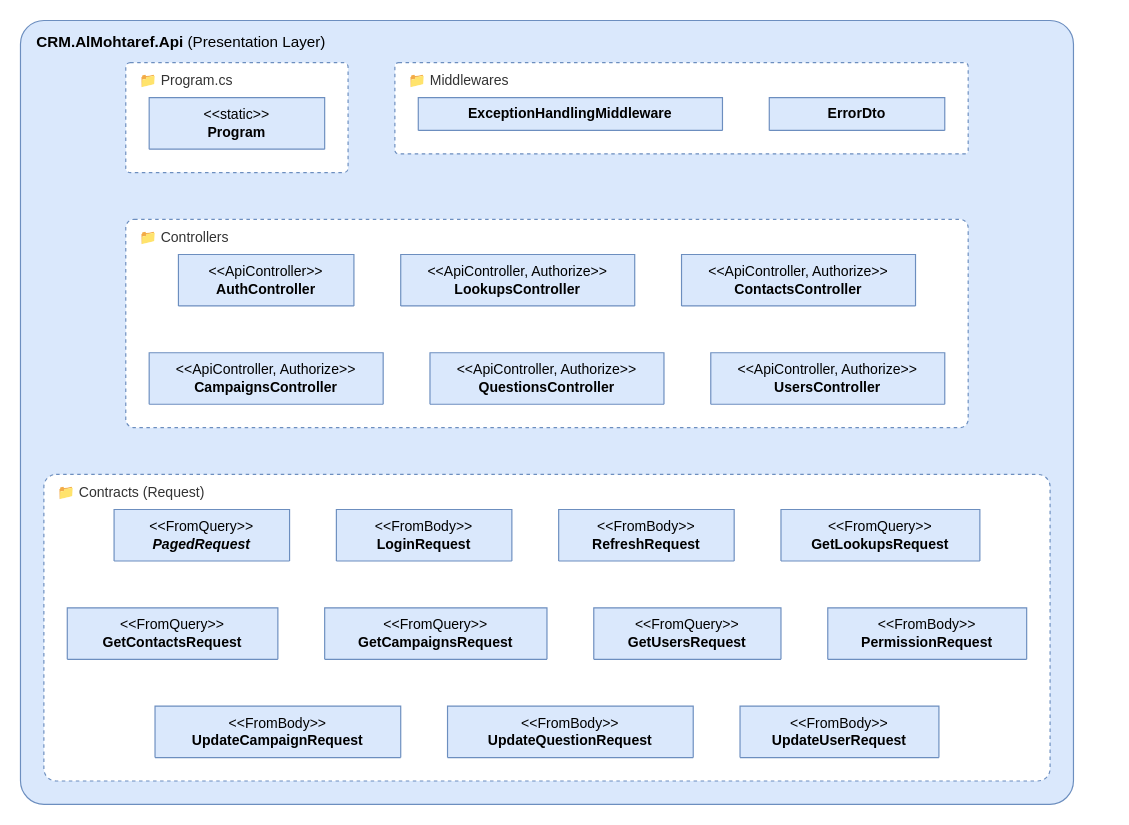
Earlier version of the draw.io diagram page "01 Overview" (1 of 9) of docs/design/classes/api.drawio (QF-MJ/crm-al-mohtaref). Source tidied: cells renumbered, new cells numbered last; positions are measured from the earlier drawing's top-left corner, leaving out a move shared by most shapes. Both pictures are drawn from the tidied source at 117%, with x=0, y=0 at pixel (20, 20).
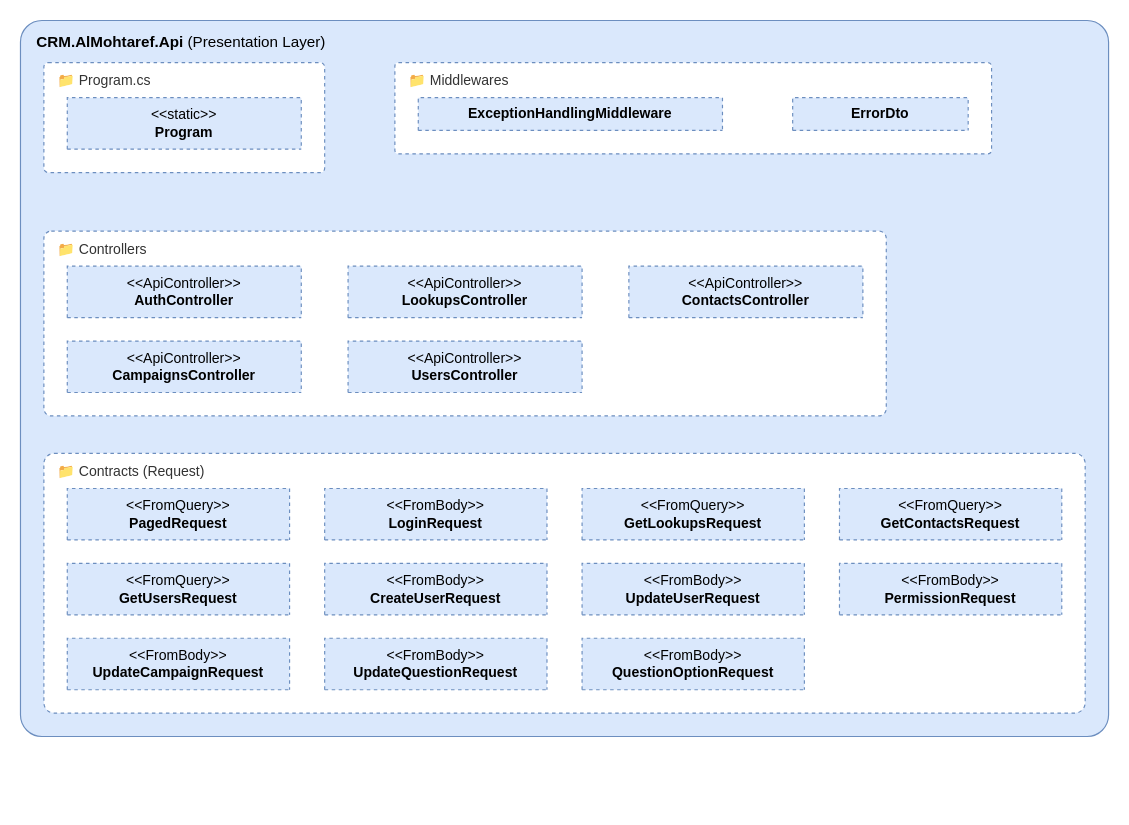
Above is the later version.

Change to the diagram source:
```diff
@@
     <mxCell id="2" value="&lt;b&gt;CRM.AlMohtaref.Api&lt;/b&gt; (Presentation Layer)" style="rounded=1;whiteSpace=wrap;html=1;verticalAlign=top;align=left;spacingLeft=12;spacingTop=4;arcSize=3;fillColor=#dae8fc;strokeColor=#6c8ebf;fontSize=13;" parent="1" vertex="1">
-      <mxGeometry width="900" height="670" as="geometry" />
+      <mxGeometry width="930" height="612" as="geometry" />
     </mxCell>
     <mxCell id="3" value="&amp;#128193; Program.cs" style="rounded=1;whiteSpace=wrap;html=1;verticalAlign=top;align=left;spacingLeft=10;spacingTop=2;arcSize=4;fillColor=#FFFFFF;strokeColor=#6c8ebf;dashed=1;fontSize=12;fontColor=#333333;" parent="2" vertex="1">
-      <mxGeometry x="90" y="36" width="190" height="94" as="geometry" />
+      <mxGeometry x="20" y="36" width="240" height="94" as="geometry" />
     </mxCell>
-    <mxCell id="4" value="&amp;lt;&amp;lt;static&amp;gt;&amp;gt;&lt;br&gt;&lt;b&gt;Program&lt;/b&gt;" style="swimlane;fontStyle=0;align=center;verticalAlign=middle;horizontal=1;startSize=44;html=1;whiteSpace=wrap;fontSize=12;fillColor=#dae8fc;strokeColor=#6c8ebf;swimlaneFillColor=#FFFFFF;" parent="3" vertex="1">
-      <mxGeometry x="20" y="30" width="150" height="44" as="geometry" />
+    <mxCell id="4" value="&amp;lt;&amp;lt;static&amp;gt;&amp;gt;&lt;br&gt;&lt;b&gt;Program&lt;/b&gt;" style="swimlane;fontStyle=0;align=center;verticalAlign=middle;horizontal=1;startSize=44;html=1;whiteSpace=wrap;fontSize=12;fillColor=#dae8fc;strokeColor=#6c8ebf;swimlaneFillColor=#FFFFFF;dashed=1;" parent="3" vertex="1">
+      <mxGeometry x="20" y="30" width="200" height="44" as="geometry" />
     </mxCell>
     <mxCell id="5" value="&amp;#128193; Middlewares" style="rounded=1;whiteSpace=wrap;html=1;verticalAlign=top;align=left;spacingLeft=10;spacingTop=2;arcSize=4;fillColor=#FFFFFF;strokeColor=#6c8ebf;dashed=1;fontSize=12;fontColor=#333333;" parent="2" vertex="1">
-      <mxGeometry x="320" y="36" width="490" height="78" as="geometry" />
+      <mxGeometry x="320" y="36" width="510" height="78" as="geometry" />
     </mxCell>
-    <mxCell id="6" value="&lt;b&gt;ExceptionHandlingMiddleware&lt;/b&gt;" style="swimlane;fontStyle=0;align=center;verticalAlign=middle;horizontal=1;startSize=28;html=1;whiteSpace=wrap;fontSize=12;fillColor=#dae8fc;strokeColor=#6c8ebf;swimlaneFillColor=#FFFFFF;" parent="5" vertex="1">
+    <mxCell id="6" value="&lt;b&gt;ExceptionHandlingMiddleware&lt;/b&gt;" style="swimlane;fontStyle=0;align=center;verticalAlign=middle;horizontal=1;startSize=28;html=1;whiteSpace=wrap;fontSize=12;fillColor=#dae8fc;strokeColor=#6c8ebf;swimlaneFillColor=#FFFFFF;dashed=1;" parent="5" vertex="1">
       <mxGeometry x="20" y="30" width="260" height="28" as="geometry" />
     </mxCell>
-    <mxCell id="7" value="&lt;b&gt;ErrorDto&lt;/b&gt;" style="swimlane;fontStyle=0;align=center;verticalAlign=middle;horizontal=1;startSize=28;html=1;whiteSpace=wrap;fontSize=12;fillColor=#dae8fc;strokeColor=#6c8ebf;swimlaneFillColor=#FFFFFF;" parent="5" vertex="1">
-      <mxGeometry x="320" y="30" width="150" height="28" as="geometry" />
+    <mxCell id="7" value="&lt;b&gt;ErrorDto&lt;/b&gt;" style="swimlane;fontStyle=0;align=center;verticalAlign=middle;horizontal=1;startSize=28;html=1;whiteSpace=wrap;fontSize=12;fillColor=#dae8fc;strokeColor=#6c8ebf;swimlaneFillColor=#FFFFFF;dashed=1;" parent="5" vertex="1">
+      <mxGeometry x="340" y="30" width="150" height="28" as="geometry" />
     </mxCell>
     <mxCell id="8" value="&amp;#128193; Controllers" style="rounded=1;whiteSpace=wrap;html=1;verticalAlign=top;align=left;spacingLeft=10;spacingTop=2;arcSize=4;fillColor=#FFFFFF;strokeColor=#6c8ebf;dashed=1;fontSize=12;fontColor=#333333;" parent="2" vertex="1">
-      <mxGeometry x="90" y="170" width="720" height="178" as="geometry" />
+      <mxGeometry x="20" y="180" width="720" height="158" as="geometry" />
     </mxCell>
-    <mxCell id="9" value="&amp;lt;&amp;lt;ApiController&amp;gt;&amp;gt;&lt;br&gt;&lt;b&gt;AuthController&lt;/b&gt;" style="swimlane;fontStyle=0;align=center;verticalAlign=middle;horizontal=1;startSize=44;html=1;whiteSpace=wrap;fontSize=12;fillColor=#dae8fc;strokeColor=#6c8ebf;swimlaneFillColor=#FFFFFF;" parent="8" vertex="1">
-      <mxGeometry x="45" y="30" width="150" height="44" as="geometry" />
+    <mxCell id="9" value="&amp;lt;&amp;lt;ApiController&amp;gt;&amp;gt;&lt;br&gt;&lt;b&gt;AuthController&lt;/b&gt;" style="swimlane;fontStyle=0;align=center;verticalAlign=middle;horizontal=1;startSize=44;html=1;whiteSpace=wrap;fontSize=12;fillColor=#dae8fc;strokeColor=#6c8ebf;swimlaneFillColor=#FFFFFF;dashed=1;" parent="8" vertex="1">
+      <mxGeometry x="20" y="30" width="200" height="44" as="geometry" />
     </mxCell>
-    <mxCell id="10" value="&amp;lt;&amp;lt;ApiController, Authorize&amp;gt;&amp;gt;&lt;br&gt;&lt;b&gt;LookupsController&lt;/b&gt;" style="swimlane;fontStyle=0;align=center;verticalAlign=middle;horizontal=1;startSize=44;html=1;whiteSpace=wrap;fontSize=12;fillColor=#dae8fc;strokeColor=#6c8ebf;swimlaneFillColor=#FFFFFF;" parent="8" vertex="1">
-      <mxGeometry x="235" y="30" width="200" height="44" as="geometry" />
+    <mxCell id="10" value="&amp;lt;&amp;lt;ApiController&amp;gt;&amp;gt;&lt;br&gt;&lt;b&gt;LookupsController&lt;/b&gt;" style="swimlane;fontStyle=0;align=center;verticalAlign=middle;horizontal=1;startSize=44;html=1;whiteSpace=wrap;fontSize=12;fillColor=#dae8fc;strokeColor=#6c8ebf;swimlaneFillColor=#FFFFFF;dashed=1;" parent="8" vertex="1">
+      <mxGeometry x="260" y="30" width="200" height="44" as="geometry" />
     </mxCell>
-    <mxCell id="11" value="&amp;lt;&amp;lt;ApiController, Authorize&amp;gt;&amp;gt;&lt;br&gt;&lt;b&gt;ContactsController&lt;/b&gt;" style="swimlane;fontStyle=0;align=center;verticalAlign=middle;horizontal=1;startSize=44;html=1;whiteSpace=wrap;fontSize=12;fillColor=#dae8fc;strokeColor=#6c8ebf;swimlaneFillColor=#FFFFFF;" parent="8" vertex="1">
-      <mxGeometry x="475" y="30" width="200" height="44" as="geometry" />
+    <mxCell id="11" value="&amp;lt;&amp;lt;ApiController&amp;gt;&amp;gt;&lt;br&gt;&lt;b&gt;ContactsController&lt;/b&gt;" style="swimlane;fontStyle=0;align=center;verticalAlign=middle;horizontal=1;startSize=44;html=1;whiteSpace=wrap;fontSize=12;fillColor=#dae8fc;strokeColor=#6c8ebf;swimlaneFillColor=#FFFFFF;dashed=1;" parent="8" vertex="1">
+      <mxGeometry x="500" y="30" width="200" height="44" as="geometry" />
     </mxCell>
-    <mxCell id="12" value="&amp;lt;&amp;lt;ApiController, Authorize&amp;gt;&amp;gt;&lt;br&gt;&lt;b&gt;CampaignsController&lt;/b&gt;" style="swimlane;fontStyle=0;align=center;verticalAlign=middle;horizontal=1;startSize=44;html=1;whiteSpace=wrap;fontSize=12;fillColor=#dae8fc;strokeColor=#6c8ebf;swimlaneFillColor=#FFFFFF;" parent="8" vertex="1">
-      <mxGeometry x="20" y="114" width="200" height="44" as="geometry" />
+    <mxCell id="12" value="&amp;lt;&amp;lt;ApiController&amp;gt;&amp;gt;&lt;br&gt;&lt;b&gt;CampaignsController&lt;/b&gt;" style="swimlane;fontStyle=0;align=center;verticalAlign=middle;horizontal=1;startSize=44;html=1;whiteSpace=wrap;fontSize=12;fillColor=#dae8fc;strokeColor=#6c8ebf;swimlaneFillColor=#FFFFFF;dashed=1;" parent="8" vertex="1">
+      <mxGeometry x="20" y="94" width="200" height="44" as="geometry" />
     </mxCell>
-    <mxCell id="13" value="&amp;lt;&amp;lt;ApiController, Authorize&amp;gt;&amp;gt;&lt;br&gt;&lt;b&gt;QuestionsController&lt;/b&gt;" style="swimlane;fontStyle=0;align=center;verticalAlign=middle;horizontal=1;startSize=44;html=1;whiteSpace=wrap;fontSize=12;fillColor=#dae8fc;strokeColor=#6c8ebf;swimlaneFillColor=#FFFFFF;" parent="8" vertex="1">
-      <mxGeometry x="260" y="114" width="200" height="44" as="geometry" />
-    </mxCell>
-    <mxCell id="14" value="&amp;lt;&amp;lt;ApiController, Authorize&amp;gt;&amp;gt;&lt;br&gt;&lt;b&gt;UsersController&lt;/b&gt;" style="swimlane;fontStyle=0;align=center;verticalAlign=middle;horizontal=1;startSize=44;html=1;whiteSpace=wrap;fontSize=12;fillColor=#dae8fc;strokeColor=#6c8ebf;swimlaneFillColor=#FFFFFF;" parent="8" vertex="1">
-      <mxGeometry x="500" y="114" width="200" height="44" as="geometry" />
+    <mxCell id="14" value="&amp;lt;&amp;lt;ApiController&amp;gt;&amp;gt;&lt;br&gt;&lt;b&gt;UsersController&lt;/b&gt;" style="swimlane;fontStyle=0;align=center;verticalAlign=middle;horizontal=1;startSize=44;html=1;whiteSpace=wrap;fontSize=12;fillColor=#dae8fc;strokeColor=#6c8ebf;swimlaneFillColor=#FFFFFF;dashed=1;" parent="8" vertex="1">
+      <mxGeometry x="260" y="94" width="200" height="44" as="geometry" />
     </mxCell>
     <mxCell id="15" value="&amp;#128193; Contracts (Request)" style="rounded=1;whiteSpace=wrap;html=1;verticalAlign=top;align=left;spacingLeft=10;spacingTop=2;arcSize=4;fillColor=#FFFFFF;strokeColor=#6c8ebf;dashed=1;fontSize=12;fontColor=#333333;" parent="2" vertex="1">
-      <mxGeometry x="20" y="388" width="860" height="262" as="geometry" />
+      <mxGeometry x="20" y="370" width="890" height="222" as="geometry" />
     </mxCell>
-    <mxCell id="16" value="&amp;lt;&amp;lt;FromQuery&amp;gt;&amp;gt;&lt;br&gt;&lt;b&gt;&lt;i&gt;PagedRequest&lt;/i&gt;&lt;/b&gt;" style="swimlane;fontStyle=0;align=center;verticalAlign=middle;horizontal=1;startSize=44;html=1;whiteSpace=wrap;fontSize=12;fillColor=#dae8fc;strokeColor=#6c8ebf;swimlaneFillColor=#FFFFFF;" parent="15" vertex="1">
-      <mxGeometry x="60" y="30" width="150" height="44" as="geometry" />
+    <mxCell id="16" value="&amp;lt;&amp;lt;FromQuery&amp;gt;&amp;gt;&lt;br&gt;&lt;b&gt;PagedRequest&lt;/b&gt;" style="swimlane;fontStyle=0;align=center;verticalAlign=middle;horizontal=1;startSize=44;html=1;whiteSpace=wrap;fontSize=12;fillColor=#dae8fc;strokeColor=#6c8ebf;swimlaneFillColor=#FFFFFF;dashed=1;" parent="15" vertex="1">
+      <mxGeometry x="20" y="30" width="190" height="44" as="geometry" />
     </mxCell>
-    <mxCell id="17" value="&amp;lt;&amp;lt;FromBody&amp;gt;&amp;gt;&lt;br&gt;&lt;b&gt;LoginRequest&lt;/b&gt;" style="swimlane;fontStyle=0;align=center;verticalAlign=middle;horizontal=1;startSize=44;html=1;whiteSpace=wrap;fontSize=12;fillColor=#dae8fc;strokeColor=#6c8ebf;swimlaneFillColor=#FFFFFF;" parent="15" vertex="1">
-      <mxGeometry x="250" y="30" width="150" height="44" as="geometry" />
+    <mxCell id="17" value="&amp;lt;&amp;lt;FromBody&amp;gt;&amp;gt;&lt;br&gt;&lt;b&gt;LoginRequest&lt;/b&gt;" style="swimlane;fontStyle=0;align=center;verticalAlign=middle;horizontal=1;startSize=44;html=1;whiteSpace=wrap;fontSize=12;fillColor=#dae8fc;strokeColor=#6c8ebf;swimlaneFillColor=#FFFFFF;dashed=1;" parent="15" vertex="1">
+      <mxGeometry x="240" y="30" width="190" height="44" as="geometry" />
     </mxCell>
-    <mxCell id="18" value="&amp;lt;&amp;lt;FromBody&amp;gt;&amp;gt;&lt;br&gt;&lt;b&gt;RefreshRequest&lt;/b&gt;" style="swimlane;fontStyle=0;align=center;verticalAlign=middle;horizontal=1;startSize=44;html=1;whiteSpace=wrap;fontSize=12;fillColor=#dae8fc;strokeColor=#6c8ebf;swimlaneFillColor=#FFFFFF;" parent="15" vertex="1">
-      <mxGeometry x="440" y="30" width="150" height="44" as="geometry" />
-    </mxCell>
-    <mxCell id="19" value="&amp;lt;&amp;lt;FromQuery&amp;gt;&amp;gt;&lt;br&gt;&lt;b&gt;GetLookupsRequest&lt;/b&gt;" style="swimlane;fontStyle=0;align=center;verticalAlign=middle;horizontal=1;startSize=44;html=1;whiteSpace=wrap;fontSize=12;fillColor=#dae8fc;strokeColor=#6c8ebf;swimlaneFillColor=#FFFFFF;" parent="15" vertex="1">
-      <mxGeometry x="630" y="30" width="170" height="44" as="geometry" />
+    <mxCell id="19" value="&amp;lt;&amp;lt;FromQuery&amp;gt;&amp;gt;&lt;br&gt;&lt;b&gt;GetLookupsRequest&lt;/b&gt;" style="swimlane;fontStyle=0;align=center;verticalAlign=middle;horizontal=1;startSize=44;html=1;whiteSpace=wrap;fontSize=12;fillColor=#dae8fc;strokeColor=#6c8ebf;swimlaneFillColor=#FFFFFF;dashed=1;" parent="15" vertex="1">
+      <mxGeometry x="460" y="30" width="190" height="44" as="geometry" />
     </mxCell>
-    <mxCell id="20" value="&amp;lt;&amp;lt;FromQuery&amp;gt;&amp;gt;&lt;br&gt;&lt;b&gt;GetContactsRequest&lt;/b&gt;" style="swimlane;fontStyle=0;align=center;verticalAlign=middle;horizontal=1;startSize=44;html=1;whiteSpace=wrap;fontSize=12;fillColor=#dae8fc;strokeColor=#6c8ebf;swimlaneFillColor=#FFFFFF;" parent="15" vertex="1">
-      <mxGeometry x="20" y="114" width="180" height="44" as="geometry" />
+    <mxCell id="20" value="&amp;lt;&amp;lt;FromQuery&amp;gt;&amp;gt;&lt;br&gt;&lt;b&gt;GetContactsRequest&lt;/b&gt;" style="swimlane;fontStyle=0;align=center;verticalAlign=middle;horizontal=1;startSize=44;html=1;whiteSpace=wrap;fontSize=12;fillColor=#dae8fc;strokeColor=#6c8ebf;swimlaneFillColor=#FFFFFF;dashed=1;" parent="15" vertex="1">
+      <mxGeometry x="680" y="30" width="190" height="44" as="geometry" />
     </mxCell>
-    <mxCell id="21" value="&amp;lt;&amp;lt;FromQuery&amp;gt;&amp;gt;&lt;br&gt;&lt;b&gt;GetCampaignsRequest&lt;/b&gt;" style="swimlane;fontStyle=0;align=center;verticalAlign=middle;horizontal=1;startSize=44;html=1;whiteSpace=wrap;fontSize=12;fillColor=#dae8fc;strokeColor=#6c8ebf;swimlaneFillColor=#FFFFFF;" parent="15" vertex="1">
-      <mxGeometry x="240" y="114" width="190" height="44" as="geometry" />
-    </mxCell>
-    <mxCell id="22" value="&amp;lt;&amp;lt;FromQuery&amp;gt;&amp;gt;&lt;br&gt;&lt;b&gt;GetUsersRequest&lt;/b&gt;" style="swimlane;fontStyle=0;align=center;verticalAlign=middle;horizontal=1;startSize=44;html=1;whiteSpace=wrap;fontSize=12;fillColor=#dae8fc;strokeColor=#6c8ebf;swimlaneFillColor=#FFFFFF;" parent="15" vertex="1">
-      <mxGeometry x="470" y="114" width="160" height="44" as="geometry" />
+    <mxCell id="22" value="&amp;lt;&amp;lt;FromQuery&amp;gt;&amp;gt;&lt;br&gt;&lt;b&gt;GetUsersRequest&lt;/b&gt;" style="swimlane;fontStyle=0;align=center;verticalAlign=middle;horizontal=1;startSize=44;html=1;whiteSpace=wrap;fontSize=12;fillColor=#dae8fc;strokeColor=#6c8ebf;swimlaneFillColor=#FFFFFF;dashed=1;" parent="15" vertex="1">
+      <mxGeometry x="20" y="94" width="190" height="44" as="geometry" />
     </mxCell>
+    <mxCell id="27" value="&amp;lt;&amp;lt;FromBody&amp;gt;&amp;gt;&lt;br&gt;&lt;b&gt;CreateUserRequest&lt;/b&gt;" style="swimlane;fontStyle=0;align=center;verticalAlign=middle;horizontal=1;startSize=44;html=1;whiteSpace=wrap;fontSize=12;fillColor=#dae8fc;strokeColor=#6c8ebf;swimlaneFillColor=#FFFFFF;dashed=1;" parent="15" vertex="1">
+      <mxGeometry x="240" y="94" width="190" height="44" as="geometry" />
+    </mxCell>
+    <mxCell id="26" value="&amp;lt;&amp;lt;FromBody&amp;gt;&amp;gt;&lt;br&gt;&lt;b&gt;UpdateUserRequest&lt;/b&gt;" style="swimlane;fontStyle=0;align=center;verticalAlign=middle;horizontal=1;startSize=44;html=1;whiteSpace=wrap;fontSize=12;fillColor=#dae8fc;strokeColor=#6c8ebf;swimlaneFillColor=#FFFFFF;dashed=1;" parent="15" vertex="1">
+      <mxGeometry x="460" y="94" width="190" height="44" as="geometry" />
+    </mxCell>
-    <mxCell id="23" value="&amp;lt;&amp;lt;FromBody&amp;gt;&amp;gt;&lt;br&gt;&lt;b&gt;PermissionRequest&lt;/b&gt;" style="swimlane;fontStyle=0;align=center;verticalAlign=middle;horizontal=1;startSize=44;html=1;whiteSpace=wrap;fontSize=12;fillColor=#dae8fc;strokeColor=#6c8ebf;swimlaneFillColor=#FFFFFF;" parent="15" vertex="1">
-      <mxGeometry x="670" y="114" width="170" height="44" as="geometry" />
+    <mxCell id="23" value="&amp;lt;&amp;lt;FromBody&amp;gt;&amp;gt;&lt;br&gt;&lt;b&gt;PermissionRequest&lt;/b&gt;" style="swimlane;fontStyle=0;align=center;verticalAlign=middle;horizontal=1;startSize=44;html=1;whiteSpace=wrap;fontSize=12;fillColor=#dae8fc;strokeColor=#6c8ebf;swimlaneFillColor=#FFFFFF;dashed=1;" parent="15" vertex="1">
+      <mxGeometry x="680" y="94" width="190" height="44" as="geometry" />
     </mxCell>
-    <mxCell id="24" value="&amp;lt;&amp;lt;FromBody&amp;gt;&amp;gt;&lt;br&gt;&lt;b&gt;UpdateCampaignRequest&lt;/b&gt;" style="swimlane;fontStyle=0;align=center;verticalAlign=middle;horizontal=1;startSize=44;html=1;whiteSpace=wrap;fontSize=12;fillColor=#dae8fc;strokeColor=#6c8ebf;swimlaneFillColor=#FFFFFF;" parent="15" vertex="1">
-      <mxGeometry x="95" y="198" width="210" height="44" as="geometry" />
+    <mxCell id="24" value="&amp;lt;&amp;lt;FromBody&amp;gt;&amp;gt;&lt;br&gt;&lt;b&gt;UpdateCampaignRequest&lt;/b&gt;" style="swimlane;fontStyle=0;align=center;verticalAlign=middle;horizontal=1;startSize=44;html=1;whiteSpace=wrap;fontSize=12;fillColor=#dae8fc;strokeColor=#6c8ebf;swimlaneFillColor=#FFFFFF;dashed=1;" parent="15" vertex="1">
+      <mxGeometry x="20" y="158" width="190" height="44" as="geometry" />
     </mxCell>
-    <mxCell id="25" value="&amp;lt;&amp;lt;FromBody&amp;gt;&amp;gt;&lt;br&gt;&lt;b&gt;UpdateQuestionRequest&lt;/b&gt;" style="swimlane;fontStyle=0;align=center;verticalAlign=middle;horizontal=1;startSize=44;html=1;whiteSpace=wrap;fontSize=12;fillColor=#dae8fc;strokeColor=#6c8ebf;swimlaneFillColor=#FFFFFF;" parent="15" vertex="1">
-      <mxGeometry x="345" y="198" width="210" height="44" as="geometry" />
+    <mxCell id="25" value="&amp;lt;&amp;lt;FromBody&amp;gt;&amp;gt;&lt;br&gt;&lt;b&gt;UpdateQuestionRequest&lt;/b&gt;" style="swimlane;fontStyle=0;align=center;verticalAlign=middle;horizontal=1;startSize=44;html=1;whiteSpace=wrap;fontSize=12;fillColor=#dae8fc;strokeColor=#6c8ebf;swimlaneFillColor=#FFFFFF;dashed=1;" parent="15" vertex="1">
+      <mxGeometry x="240" y="158" width="190" height="44" as="geometry" />
     </mxCell>
-    <mxCell id="26" value="&amp;lt;&amp;lt;FromBody&amp;gt;&amp;gt;&lt;br&gt;&lt;b&gt;UpdateUserRequest&lt;/b&gt;" style="swimlane;fontStyle=0;align=center;verticalAlign=middle;horizontal=1;startSize=44;html=1;whiteSpace=wrap;fontSize=12;fillColor=#dae8fc;strokeColor=#6c8ebf;swimlaneFillColor=#FFFFFF;" parent="15" vertex="1">
-      <mxGeometry x="595" y="198" width="170" height="44" as="geometry" />
-    </mxCell>
+    <mxCell id="28" value="&amp;lt;&amp;lt;FromBody&amp;gt;&amp;gt;&lt;br&gt;&lt;b&gt;QuestionOptionRequest&lt;/b&gt;" style="swimlane;fontStyle=0;align=center;verticalAlign=middle;horizontal=1;startSize=44;html=1;whiteSpace=wrap;fontSize=12;fillColor=#dae8fc;strokeColor=#6c8ebf;swimlaneFillColor=#FFFFFF;dashed=1;" parent="15" vertex="1">
+      <mxGeometry x="460" y="158" width="190" height="44" as="geometry" />
+    </mxCell>
```
